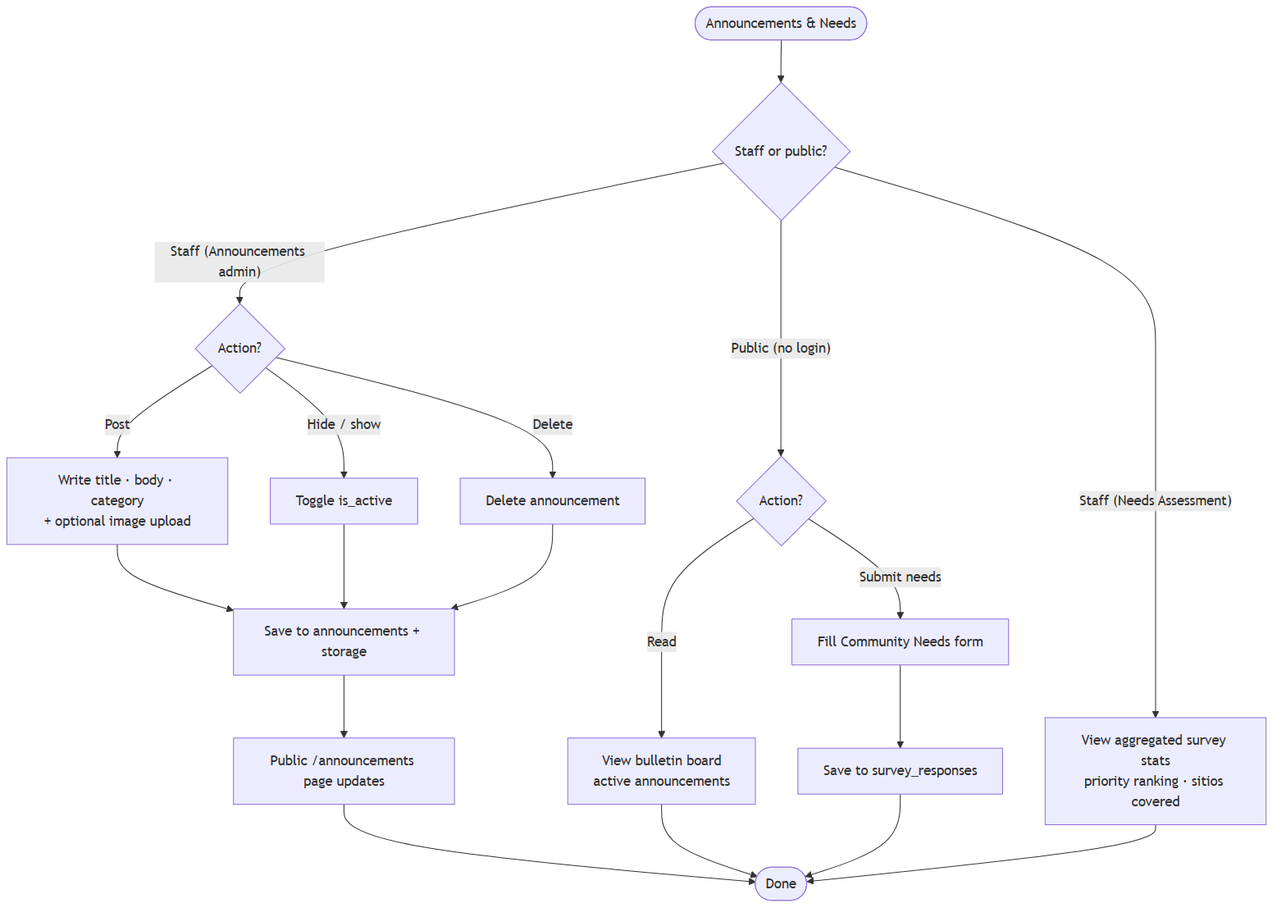
Above: diagrams/modules/announcements_needs.png in KellyEspera/protect (Mermaid), before the change. Its source is kept beside it as diagrams/modules/announcements_needs.mmd.
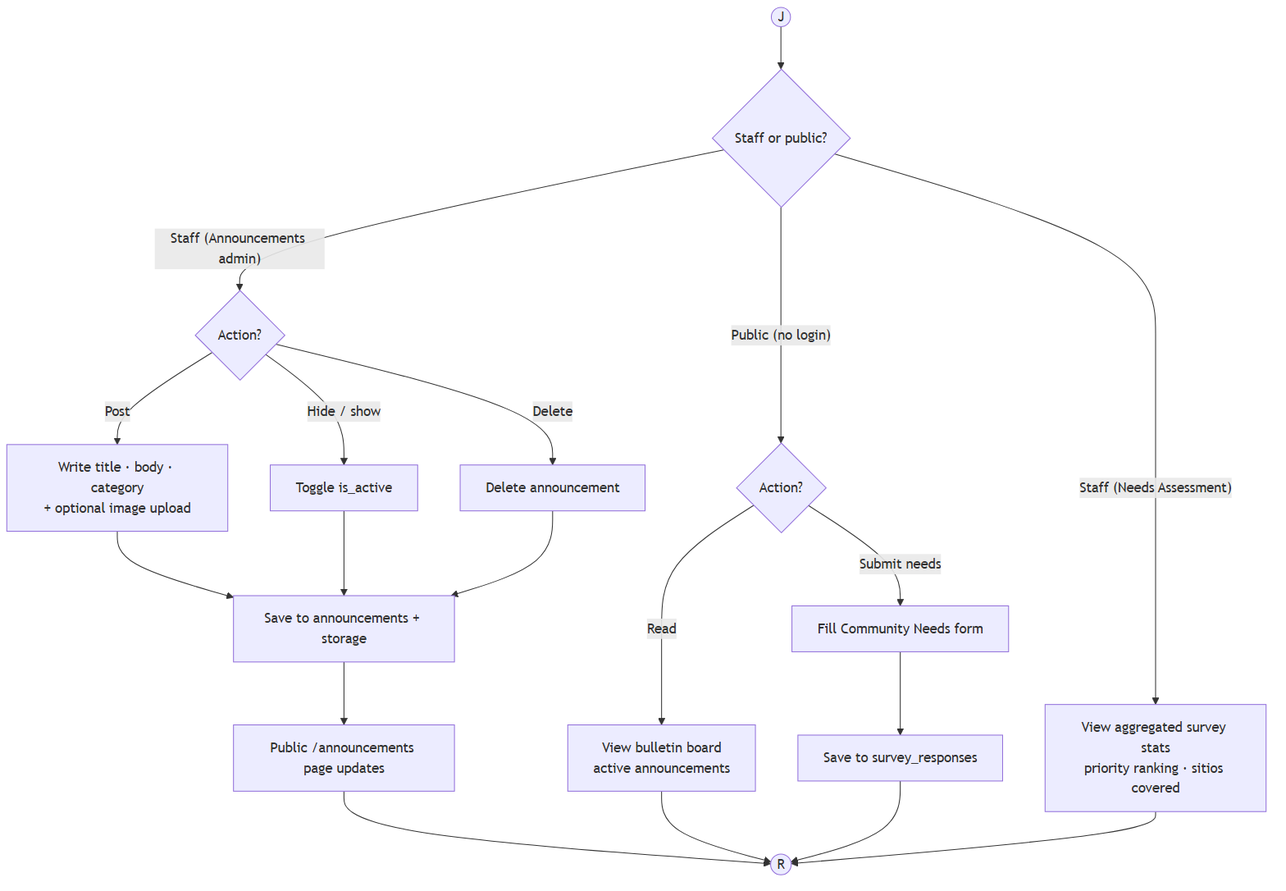
The same diagram one commit later.

Diff of the diagram source:
```diff
@@ -1,5 +1,5 @@
 flowchart TD
-    AND([Announcements & Needs]) --> Who{Staff or public?}
+    J((J)) --> Who{Staff or public?}
 
     Who -- "Staff (Announcements admin)" --> AAct{Action?}
     AAct -- Post --> Post[Write title · body · category<br/>+ optional image upload]
@@ -17,7 +17,7 @@
 
     Who -- "Staff (Needs Assessment)" --> Agg[View aggregated survey stats<br/>priority ranking · sitios covered]
 
-    PubPage --> Done([Done])
-    Read --> Done
-    SaveN --> Done
-    Agg --> Done
+    PubPage --> R((R))
+    Read --> R
+    SaveN --> R
+    Agg --> R
```
